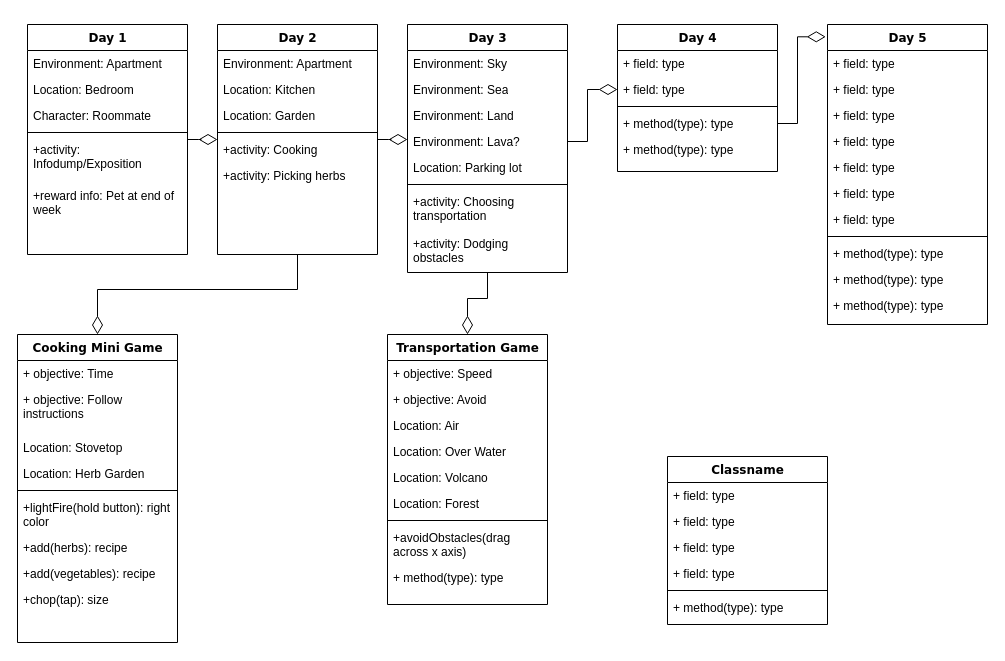
This is WakeUpRPG.drawio from cs-utulsa/Wake-Up-RPG, a draw.io file, before an edit. Source tidied: cells renumbered, new cells numbered last; positions are measured from the earlier drawing's top-left corner, leaving out a move shared by most shapes. Both pictures are drawn from the tidied source at 100%, with x=0, y=0 at pixel (17, 24).
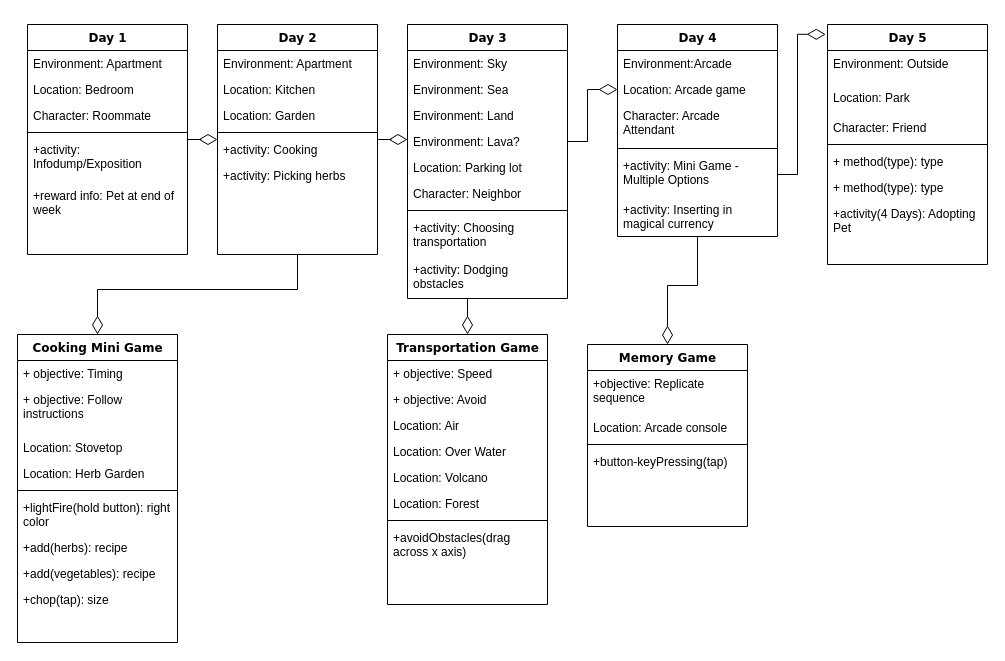
The same page after the edit.

Commit message:
Added in Day 4 and part of Day 5

The change refers to these unchanged cells:
```xml
<mxCell id="41" value="Cooking Mini Game" style="swimlane;html=1;fontStyle=1;align=center;verticalAlign=top;horizontal=1;startSize=26;swimlaneFillColor=#ffffff;rounded=0;shadow=0;comic=0;labelBackgroundColor=none;strokeWidth=1;fillColor=none;fontFamily=Verdana;fontSize=12;" parent="1" vertex="1">
  <mxGeometry y="310" width="160" height="308" as="geometry" />
</mxCell>
<mxCell id="51" value="Transportation Game" style="swimlane;html=1;fontStyle=1;align=center;verticalAlign=top;horizontal=1;startSize=26;swimlaneFillColor=#ffffff;rounded=0;shadow=0;comic=0;labelBackgroundColor=none;strokeWidth=1;fillColor=none;fontFamily=Verdana;fontSize=12;" parent="1" vertex="1">
  <mxGeometry x="370" y="310" width="160" height="270" as="geometry" />
</mxCell>
```

The edit, as a diff of the source:
```diff
@@
-    <mxCell id="18" style="edgeStyle=orthogonalEdgeStyle;rounded=0;jettySize=auto;html=1;entryX=0.006;entryY=-0.285;entryDx=0;entryDy=0;entryPerimeter=0;endArrow=diamondThin;endFill=0;strokeColor=none;" parent="1" edge="1" source="20" target="73">
-      <mxGeometry relative="1" as="geometry" />
+    <mxCell id="18" style="edgeStyle=orthogonalEdgeStyle;rounded=0;jettySize=auto;html=1;entryX=0.006;entryY=-0.285;entryDx=0;entryDy=0;entryPerimeter=0;endArrow=diamondThin;endFill=0;strokeColor=none;" parent="1" edge="1" source="20">
+      <mxGeometry relative="1" as="geometry">
+        <mxPoint x="601" y="122.6" as="targetPoint" />
+      </mxGeometry>
     </mxCell>
@@
     <mxCell id="20" value="Day 3" style="swimlane;html=1;fontStyle=1;align=center;verticalAlign=top;horizontal=1;startSize=26;swimlaneFillColor=#ffffff;rounded=0;shadow=0;comic=0;labelBackgroundColor=none;strokeWidth=1;fillColor=none;fontFamily=Verdana;fontSize=12;" parent="1" vertex="1">
-      <mxGeometry x="390" width="160" height="248" as="geometry" />
+      <mxGeometry x="390" width="160" height="274" as="geometry" />
     </mxCell>
@@
+    <mxCell id="77" value="Character: Neighbor" style="text;html=1;strokeColor=none;fillColor=none;align=left;verticalAlign=top;spacingLeft=4;spacingRight=4;whiteSpace=wrap;overflow=hidden;" parent="20" vertex="1">
+      <mxGeometry y="156" width="160" height="26" as="geometry" />
+    </mxCell>
     <mxCell id="26" style="line;html=1;strokeWidth=1;fillColor=none;align=left;verticalAlign=middle;spacingTop=-1;spacingLeft=3;spacingRight=3;labelPosition=right;" parent="20" vertex="1">
-      <mxGeometry y="156" width="160" height="8" as="geometry" />
+      <mxGeometry y="182" width="160" height="8" as="geometry" />
     </mxCell>
     <mxCell id="27" value="+activity: Choosing transportation" style="text;html=1;strokeColor=none;fillColor=none;align=left;verticalAlign=top;spacingLeft=4;spacingRight=4;whiteSpace=wrap;overflow=hidden;" parent="20" vertex="1">
-      <mxGeometry y="164" width="160" height="42" as="geometry" />
+      <mxGeometry y="190" width="160" height="42" as="geometry" />
     </mxCell>
     <mxCell id="28" value="+activity: Dodging obstacles&amp;nbsp;" style="text;html=1;strokeColor=none;fillColor=none;align=left;verticalAlign=top;spacingLeft=4;spacingRight=4;whiteSpace=wrap;overflow=hidden;" parent="20" vertex="1">
-      <mxGeometry y="206" width="160" height="42" as="geometry" />
+      <mxGeometry y="232" width="160" height="42" as="geometry" />
     </mxCell>
     <mxCell id="29" value="Day 5" style="swimlane;html=1;fontStyle=1;align=center;verticalAlign=top;horizontal=1;startSize=26;swimlaneFillColor=#ffffff;rounded=0;shadow=0;comic=0;labelBackgroundColor=none;strokeWidth=1;fillColor=none;fontFamily=Verdana;fontSize=12;" parent="1" vertex="1">
-      <mxGeometry x="810" width="160" height="300" as="geometry" />
+      <mxGeometry x="810" width="160" height="240" as="geometry" />
     </mxCell>
-    <mxCell id="30" value="+ field: type" style="text;html=1;strokeColor=none;fillColor=none;align=left;verticalAlign=top;spacingLeft=4;spacingRight=4;whiteSpace=wrap;overflow=hidden;" parent="29" vertex="1">
-      <mxGeometry y="26" width="160" height="26" as="geometry" />
+    <mxCell id="30" value="Environment: Outside" style="text;html=1;strokeColor=none;fillColor=none;align=left;verticalAlign=top;spacingLeft=4;spacingRight=4;whiteSpace=wrap;overflow=hidden;" parent="29" vertex="1">
+      <mxGeometry y="26" width="160" height="34" as="geometry" />
     </mxCell>
-    <mxCell id="31" value="+ field: type" style="text;html=1;strokeColor=none;fillColor=none;align=left;verticalAlign=top;spacingLeft=4;spacingRight=4;whiteSpace=wrap;overflow=hidden;" parent="29" vertex="1">
-      <mxGeometry y="52" width="160" height="26" as="geometry" />
+    <mxCell id="31" value="Location: Park" style="text;html=1;strokeColor=none;fillColor=none;align=left;verticalAlign=top;spacingLeft=4;spacingRight=4;whiteSpace=wrap;overflow=hidden;" parent="29" vertex="1">
+      <mxGeometry y="60" width="160" height="30" as="geometry" />
     </mxCell>
-    <mxCell id="32" value="+ field: type" style="text;html=1;strokeColor=none;fillColor=none;align=left;verticalAlign=top;spacingLeft=4;spacingRight=4;whiteSpace=wrap;overflow=hidden;" parent="29" vertex="1">
-      <mxGeometry y="78" width="160" height="26" as="geometry" />
+    <mxCell id="32" value="Character: Friend" style="text;html=1;strokeColor=none;fillColor=none;align=left;verticalAlign=top;spacingLeft=4;spacingRight=4;whiteSpace=wrap;overflow=hidden;" parent="29" vertex="1">
+      <mxGeometry y="90" width="160" height="26" as="geometry" />
     </mxCell>
-    <mxCell id="33" value="+ field: type" style="text;html=1;strokeColor=none;fillColor=none;align=left;verticalAlign=top;spacingLeft=4;spacingRight=4;whiteSpace=wrap;overflow=hidden;" parent="29" vertex="1">
-      <mxGeometry y="104" width="160" height="26" as="geometry" />
-    </mxCell>
-    <mxCell id="34" value="+ field: type" style="text;html=1;strokeColor=none;fillColor=none;align=left;verticalAlign=top;spacingLeft=4;spacingRight=4;whiteSpace=wrap;overflow=hidden;" parent="29" vertex="1">
-      <mxGeometry y="130" width="160" height="26" as="geometry" />
-    </mxCell>
-    <mxCell id="35" value="+ field: type" style="text;html=1;strokeColor=none;fillColor=none;align=left;verticalAlign=top;spacingLeft=4;spacingRight=4;whiteSpace=wrap;overflow=hidden;" parent="29" vertex="1">
-      <mxGeometry y="156" width="160" height="26" as="geometry" />
-    </mxCell>
-    <mxCell id="36" value="+ field: type" style="text;html=1;strokeColor=none;fillColor=none;align=left;verticalAlign=top;spacingLeft=4;spacingRight=4;whiteSpace=wrap;overflow=hidden;" parent="29" vertex="1">
-      <mxGeometry y="182" width="160" height="26" as="geometry" />
-    </mxCell>
     <mxCell id="37" style="line;html=1;strokeWidth=1;fillColor=none;align=left;verticalAlign=middle;spacingTop=-1;spacingLeft=3;spacingRight=3;labelPosition=right;" parent="29" vertex="1">
-      <mxGeometry y="208" width="160" height="8" as="geometry" />
+      <mxGeometry y="116" width="160" height="8" as="geometry" />
     </mxCell>
     <mxCell id="38" value="+ method(type): type" style="text;html=1;strokeColor=none;fillColor=none;align=left;verticalAlign=top;spacingLeft=4;spacingRight=4;whiteSpace=wrap;overflow=hidden;" parent="29" vertex="1">
-      <mxGeometry y="216" width="160" height="26" as="geometry" />
+      <mxGeometry y="124" width="160" height="26" as="geometry" />
     </mxCell>
     <mxCell id="39" value="+ method(type): type" style="text;html=1;strokeColor=none;fillColor=none;align=left;verticalAlign=top;spacingLeft=4;spacingRight=4;whiteSpace=wrap;overflow=hidden;" parent="29" vertex="1">
-      <mxGeometry y="242" width="160" height="26" as="geometry" />
+      <mxGeometry y="150" width="160" height="26" as="geometry" />
     </mxCell>
-    <mxCell id="40" value="+ method(type): type" style="text;html=1;strokeColor=none;fillColor=none;align=left;verticalAlign=top;spacingLeft=4;spacingRight=4;whiteSpace=wrap;overflow=hidden;" parent="29" vertex="1">
-      <mxGeometry y="268" width="160" height="26" as="geometry" />
+    <mxCell id="40" value="+activity(4 Days): Adopting Pet" style="text;html=1;strokeColor=none;fillColor=none;align=left;verticalAlign=top;spacingLeft=4;spacingRight=4;whiteSpace=wrap;overflow=hidden;" parent="29" vertex="1">
+      <mxGeometry y="176" width="160" height="44" as="geometry" />
     </mxCell>
@@
-    <mxCell id="42" value="+ objective: Time" style="text;html=1;strokeColor=none;fillColor=none;align=left;verticalAlign=top;spacingLeft=4;spacingRight=4;whiteSpace=wrap;overflow=hidden;" parent="41" vertex="1">
+    <mxCell id="42" value="+ objective: Timing" style="text;html=1;strokeColor=none;fillColor=none;align=left;verticalAlign=top;spacingLeft=4;spacingRight=4;whiteSpace=wrap;overflow=hidden;" parent="41" vertex="1">
       <mxGeometry y="26" width="160" height="26" as="geometry" />
     </mxCell>
@@
-    <mxCell id="60" value="+ method(type): type" style="text;html=1;strokeColor=none;fillColor=none;align=left;verticalAlign=top;spacingLeft=4;spacingRight=4;whiteSpace=wrap;overflow=hidden;" parent="51" vertex="1">
-      <mxGeometry y="230" width="160" height="26" as="geometry" />
-    </mxCell>
-    <mxCell id="61" value="Classname" style="swimlane;html=1;fontStyle=1;align=center;verticalAlign=top;horizontal=1;startSize=26;swimlaneFillColor=#ffffff;rounded=0;shadow=0;comic=0;labelBackgroundColor=none;strokeWidth=1;fillColor=none;fontFamily=Verdana;fontSize=12;" parent="1" vertex="1">
-      <mxGeometry x="650" y="432" width="160" height="168" as="geometry" />
+    <mxCell id="61" value="Memory Game" style="swimlane;html=1;fontStyle=1;align=center;verticalAlign=top;horizontal=1;startSize=26;swimlaneFillColor=#ffffff;rounded=0;shadow=0;comic=0;labelBackgroundColor=none;strokeWidth=1;fillColor=none;fontFamily=Verdana;fontSize=12;" parent="1" vertex="1">
+      <mxGeometry x="570" y="320" width="160" height="182" as="geometry" />
     </mxCell>
-    <mxCell id="62" value="+ field: type" style="text;html=1;strokeColor=none;fillColor=none;align=left;verticalAlign=top;spacingLeft=4;spacingRight=4;whiteSpace=wrap;overflow=hidden;" parent="61" vertex="1">
-      <mxGeometry y="26" width="160" height="26" as="geometry" />
+    <mxCell id="62" value="+objective: Replicate sequence&amp;nbsp;" style="text;html=1;strokeColor=none;fillColor=none;align=left;verticalAlign=top;spacingLeft=4;spacingRight=4;whiteSpace=wrap;overflow=hidden;" parent="61" vertex="1">
+      <mxGeometry y="26" width="160" height="44" as="geometry" />
     </mxCell>
-    <mxCell id="63" value="+ field: type" style="text;html=1;strokeColor=none;fillColor=none;align=left;verticalAlign=top;spacingLeft=4;spacingRight=4;whiteSpace=wrap;overflow=hidden;" parent="61" vertex="1">
-      <mxGeometry y="52" width="160" height="26" as="geometry" />
-    </mxCell>
-    <mxCell id="64" value="+ field: type" style="text;html=1;strokeColor=none;fillColor=none;align=left;verticalAlign=top;spacingLeft=4;spacingRight=4;whiteSpace=wrap;overflow=hidden;" parent="61" vertex="1">
-      <mxGeometry y="78" width="160" height="26" as="geometry" />
+    <mxCell id="64" value="Location: Arcade console" style="text;html=1;strokeColor=none;fillColor=none;align=left;verticalAlign=top;spacingLeft=4;spacingRight=4;whiteSpace=wrap;overflow=hidden;" parent="61" vertex="1">
+      <mxGeometry y="70" width="160" height="26" as="geometry" />
     </mxCell>
-    <mxCell id="65" value="+ field: type" style="text;html=1;strokeColor=none;fillColor=none;align=left;verticalAlign=top;spacingLeft=4;spacingRight=4;whiteSpace=wrap;overflow=hidden;" parent="61" vertex="1">
-      <mxGeometry y="104" width="160" height="26" as="geometry" />
-    </mxCell>
     <mxCell id="66" style="line;html=1;strokeWidth=1;fillColor=none;align=left;verticalAlign=middle;spacingTop=-1;spacingLeft=3;spacingRight=3;labelPosition=right;" parent="61" vertex="1">
-      <mxGeometry y="130" width="160" height="8" as="geometry" />
+      <mxGeometry y="96" width="160" height="8" as="geometry" />
     </mxCell>
-    <mxCell id="67" value="+ method(type): type" style="text;html=1;strokeColor=none;fillColor=none;align=left;verticalAlign=top;spacingLeft=4;spacingRight=4;whiteSpace=wrap;overflow=hidden;" parent="61" vertex="1">
-      <mxGeometry y="138" width="160" height="26" as="geometry" />
+    <mxCell id="67" value="+button-keyPressing(tap)" style="text;html=1;strokeColor=none;fillColor=none;align=left;verticalAlign=top;spacingLeft=4;spacingRight=4;whiteSpace=wrap;overflow=hidden;" parent="61" vertex="1">
+      <mxGeometry y="104" width="160" height="26" as="geometry" />
     </mxCell>
+    <mxCell id="78" style="edgeStyle=orthogonalEdgeStyle;rounded=0;jettySize=auto;html=1;exitX=0.5;exitY=1;exitDx=0;exitDy=0;entryX=0.5;entryY=0;entryDx=0;entryDy=0;endArrow=diamondThin;endFill=0;endSize=16;" parent="1" edge="1" source="68" target="61">
+      <mxGeometry relative="1" as="geometry" />
+    </mxCell>
     <mxCell id="68" value="Day 4" style="swimlane;html=1;fontStyle=1;align=center;verticalAlign=top;horizontal=1;startSize=26;swimlaneFillColor=#ffffff;rounded=0;shadow=0;comic=0;labelBackgroundColor=none;strokeWidth=1;fillColor=none;fontFamily=Verdana;fontSize=12;" parent="1" vertex="1">
-      <mxGeometry x="600" width="160" height="147" as="geometry" />
+      <mxGeometry x="600" width="160" height="212" as="geometry" />
     </mxCell>
-    <mxCell id="69" value="+ field: type" style="text;html=1;strokeColor=none;fillColor=none;align=left;verticalAlign=top;spacingLeft=4;spacingRight=4;whiteSpace=wrap;overflow=hidden;" parent="68" vertex="1">
+    <mxCell id="69" value="Environment:Arcade" style="text;html=1;strokeColor=none;fillColor=none;align=left;verticalAlign=top;spacingLeft=4;spacingRight=4;whiteSpace=wrap;overflow=hidden;" parent="68" vertex="1">
       <mxGeometry y="26" width="160" height="26" as="geometry" />
     </mxCell>
-    <mxCell id="70" value="+ field: type" style="text;html=1;strokeColor=none;fillColor=none;align=left;verticalAlign=top;spacingLeft=4;spacingRight=4;whiteSpace=wrap;overflow=hidden;points=[[0,0.5],[1,0.5]];portConstraint=eastwest;" parent="68" vertex="1">
+    <mxCell id="70" value="Location: Arcade game" style="text;html=1;strokeColor=none;fillColor=none;align=left;verticalAlign=top;spacingLeft=4;spacingRight=4;whiteSpace=wrap;overflow=hidden;points=[[0,0.5],[1,0.5]];portConstraint=eastwest;" parent="68" vertex="1">
       <mxGeometry y="52" width="160" height="26" as="geometry" />
     </mxCell>
+    <mxCell id="79" value="Character: Arcade Attendant" style="text;html=1;strokeColor=none;fillColor=none;align=left;verticalAlign=top;spacingLeft=4;spacingRight=4;whiteSpace=wrap;overflow=hidden;" parent="68" vertex="1">
+      <mxGeometry y="78" width="160" height="42" as="geometry" />
+    </mxCell>
     <mxCell id="71" style="line;html=1;strokeWidth=1;fillColor=none;align=left;verticalAlign=middle;spacingTop=-1;spacingLeft=3;spacingRight=3;labelPosition=right;" parent="68" vertex="1">
-      <mxGeometry y="78" width="160" height="8" as="geometry" />
+      <mxGeometry y="120" width="160" height="8" as="geometry" />
     </mxCell>
-    <mxCell id="72" value="+ method(type): type" style="text;html=1;strokeColor=none;fillColor=none;align=left;verticalAlign=top;spacingLeft=4;spacingRight=4;whiteSpace=wrap;overflow=hidden;points=[[0,0.5],[1,0.5]];portConstraint=eastwest;" parent="68" vertex="1">
-      <mxGeometry y="86" width="160" height="26" as="geometry" />
+    <mxCell id="72" value="+activity: Mini Game - Multiple Options" style="text;html=1;strokeColor=none;fillColor=none;align=left;verticalAlign=top;spacingLeft=4;spacingRight=4;whiteSpace=wrap;overflow=hidden;points=[[0,0.5],[1,0.5]];portConstraint=eastwest;" parent="68" vertex="1">
+      <mxGeometry y="128" width="160" height="44" as="geometry" />
     </mxCell>
-    <mxCell id="73" value="+ method(type): type" style="text;html=1;strokeColor=none;fillColor=none;align=left;verticalAlign=top;spacingLeft=4;spacingRight=4;whiteSpace=wrap;overflow=hidden;points=[[0,0.5],[1,0.5]];portConstraint=eastwest;" parent="68" vertex="1">
-      <mxGeometry y="112" width="160" height="26" as="geometry" />
-    </mxCell>
+    <mxCell id="63" value="+activity: Inserting in magical currency" style="text;html=1;strokeColor=none;fillColor=none;align=left;verticalAlign=top;spacingLeft=4;spacingRight=4;whiteSpace=wrap;overflow=hidden;" parent="68" vertex="1">
+      <mxGeometry y="172" width="160" height="40" as="geometry" />
+    </mxCell>
```
